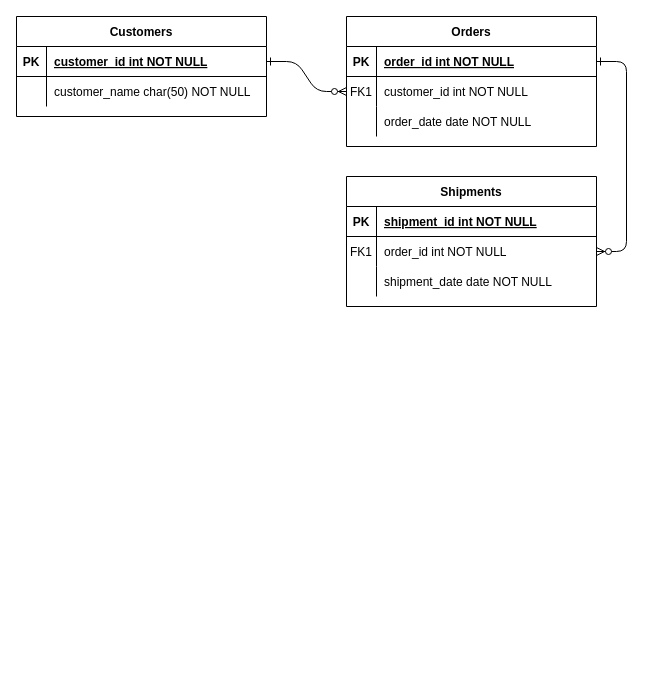
The draw.io diagram Untitled Diagram.drawio in primnewa0615/b17c3, before the edit. Source tidied: cells renumbered, new cells numbered last; positions are measured from the earlier drawing's top-left corner, leaving out a move shared by most shapes. Both pictures are drawn from the tidied source at 100%, with x=0, y=0 at pixel (16, 16).
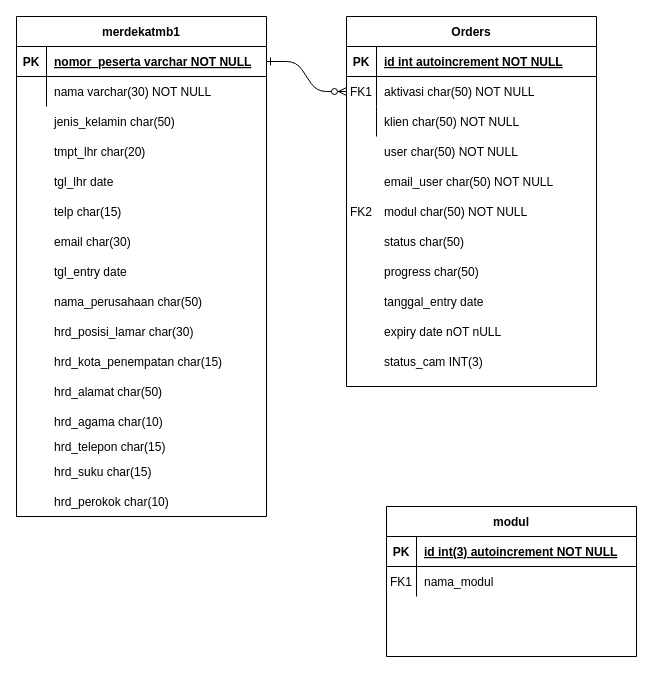
Above is the later version.

Unchanged cells that the change refers to:
```xml
<mxCell id="5" style="shape=partialRectangle;fillColor=none;points=[[0,0.5],[1,0.5]];portConstraint=eastwest;top=0;left=0;right=0;bottom=1;" parent="4" vertex="1">
  <mxGeometry y="30" width="250" height="30" as="geometry" />
</mxCell>
<mxCell id="8" style="shape=partialRectangle;fillColor=none;points=[[0,0.5],[1,0.5]];portConstraint=eastwest;top=0;left=0;right=0;bottom=0;" parent="4" vertex="1">
  <mxGeometry y="60" width="250" height="30" as="geometry" />
</mxCell>
<mxCell id="11" style="shape=partialRectangle;fillColor=none;top=0;left=0;right=0;bottom=0;" parent="4" vertex="1">
  <mxGeometry y="90" width="250" height="30" as="geometry" />
</mxCell>
<mxCell id="15" style="shape=partialRectangle;fillColor=none;top=0;left=0;right=0;bottom=1;" parent="14" vertex="1">
  <mxGeometry y="30" width="250" height="30" as="geometry" />
</mxCell>
<mxCell id="18" style="shape=partialRectangle;fillColor=none;points=[[0,0.5],[1,0.5]];portConstraint=eastwest;top=0;left=0;right=0;bottom=0;" parent="14" vertex="1">
  <mxGeometry y="60" width="250" height="30" as="geometry" />
</mxCell>
<mxCell id="25" style="shape=partialRectangle;fillColor=none;points=[[0,0.5],[1,0.5]];portConstraint=eastwest;top=0;left=0;right=0;bottom=1;" parent="24" vertex="1">
  <mxGeometry y="30" width="250" height="30" as="geometry" />
</mxCell>
<mxCell id="28" style="shape=partialRectangle;fillColor=none;top=0;left=0;right=0;bottom=0;" parent="24" vertex="1">
  <mxGeometry y="60" width="250" height="30" as="geometry" />
</mxCell>
```

What changed in the source:
```diff
@@
-    <mxCell id="3" style="edgeStyle=entityRelationEdgeStyle;endArrow=ERzeroToMany;startArrow=ERone;endFill=1;startFill=0;" parent="1" edge="1" source="5" target="18">
-      <mxGeometry relative="1" as="geometry" />
-    </mxCell>
     <mxCell id="4" value="Orders" style="shape=table;startSize=30;childLayout=tableLayout;rowLines=0;fontStyle=1;align=center;" parent="1" vertex="1">
-      <mxGeometry x="330" width="250" height="130" as="geometry" />
+      <mxGeometry x="330" width="250" height="370" as="geometry" />
     </mxCell>
@@
-    <mxCell id="7" value="order_id int NOT NULL " style="shape=partialRectangle;overflow=hidden;fillColor=none;top=0;left=0;bottom=0;right=0;align=left;spacingLeft=6;fontStyle=5;" parent="5" vertex="1">
+    <mxCell id="7" value="id int autoincrement NOT NULL" style="shape=partialRectangle;overflow=hidden;fillColor=none;top=0;left=0;bottom=0;right=0;align=left;spacingLeft=6;fontStyle=5;" parent="5" vertex="1">
       <mxGeometry x="30" width="220" height="30" as="geometry" />
     </mxCell>
@@
-    <mxCell id="10" value="customer_id int NOT NULL" style="shape=partialRectangle;overflow=hidden;fillColor=none;top=0;left=0;bottom=0;right=0;align=left;spacingLeft=6;" parent="8" vertex="1">
+    <mxCell id="10" value="aktivasi char(50) NOT NULL" style="shape=partialRectangle;overflow=hidden;fillColor=none;top=0;left=0;bottom=0;right=0;align=left;spacingLeft=6;" parent="8" vertex="1">
       <mxGeometry x="30" width="220" height="30" as="geometry" />
     </mxCell>
@@
-    <mxCell id="13" value="order_date date NOT NULL" style="shape=partialRectangle;overflow=hidden;fillColor=none;top=0;left=0;bottom=0;right=0;align=left;spacingLeft=6;" parent="11" vertex="1">
+    <mxCell id="13" value="klien char(50) NOT NULL" style="shape=partialRectangle;overflow=hidden;fillColor=none;top=0;left=0;bottom=0;right=0;align=left;spacingLeft=6;" parent="11" vertex="1">
       <mxGeometry x="30" width="220" height="30" as="geometry" />
     </mxCell>
-    <mxCell id="14" value="Shipments" style="shape=table;startSize=30;childLayout=tableLayout;rowLines=0;fontStyle=1;align=center;" parent="1" vertex="1">
-      <mxGeometry x="330" y="160" width="250" height="130" as="geometry" />
+    <mxCell id="14" value="modul" style="shape=table;startSize=30;childLayout=tableLayout;rowLines=0;fontStyle=1;align=center;" parent="1" vertex="1">
+      <mxGeometry x="370" y="490" width="250" height="150" as="geometry" />
     </mxCell>
@@
-    <mxCell id="17" value="shipment_id int NOT NULL " style="shape=partialRectangle;overflow=hidden;fillColor=none;top=0;left=0;bottom=0;right=0;align=left;spacingLeft=6;fontStyle=5;" parent="15" vertex="1">
+    <mxCell id="17" value="id int(3) autoincrement NOT NULL" style="shape=partialRectangle;overflow=hidden;fillColor=none;top=0;left=0;bottom=0;right=0;align=left;spacingLeft=6;fontStyle=5;" parent="15" vertex="1">
       <mxGeometry x="30" width="220" height="30" as="geometry" />
     </mxCell>
@@
-    <mxCell id="20" value="order_id int NOT NULL" style="shape=partialRectangle;overflow=hidden;fillColor=none;top=0;left=0;bottom=0;right=0;align=left;spacingLeft=6;" parent="18" vertex="1">
+    <mxCell id="20" value="nama_modul" style="shape=partialRectangle;overflow=hidden;fillColor=none;top=0;left=0;bottom=0;right=0;align=left;spacingLeft=6;" parent="18" vertex="1">
       <mxGeometry x="30" width="220" height="30" as="geometry" />
     </mxCell>
-    <mxCell id="21" style="shape=partialRectangle;fillColor=none;top=0;left=0;right=0;bottom=0;" parent="14" vertex="1">
-      <mxGeometry y="90" width="250" height="30" as="geometry" />
-    </mxCell>
-    <mxCell id="22" style="shape=partialRectangle;overflow=hidden;fillColor=none;top=0;left=0;bottom=0;right=0;" parent="21" vertex="1">
-      <mxGeometry width="30" height="30" as="geometry" />
-    </mxCell>
-    <mxCell id="23" value="shipment_date date NOT NULL" style="shape=partialRectangle;overflow=hidden;fillColor=none;top=0;left=0;bottom=0;right=0;align=left;spacingLeft=6;" parent="21" vertex="1">
-      <mxGeometry x="30" width="220" height="30" as="geometry" />
-    </mxCell>
-    <mxCell id="24" value="Customers" style="shape=table;startSize=30;childLayout=tableLayout;rowLines=0;fontStyle=1;align=center;" parent="1" vertex="1">
-      <mxGeometry width="250" height="100" as="geometry" />
+    <mxCell id="24" value="merdekatmb1" style="shape=table;startSize=30;childLayout=tableLayout;rowLines=0;fontStyle=1;align=center;" parent="1" vertex="1">
+      <mxGeometry width="250" height="500" as="geometry" />
     </mxCell>
@@
-    <mxCell id="27" value="customer_id int NOT NULL " style="shape=partialRectangle;overflow=hidden;fillColor=none;top=0;left=0;bottom=0;right=0;align=left;spacingLeft=6;fontStyle=5;" parent="25" vertex="1">
+    <mxCell id="27" value="nomor_peserta varchar NOT NULL" style="shape=partialRectangle;overflow=hidden;fillColor=none;top=0;left=0;bottom=0;right=0;align=left;spacingLeft=6;fontStyle=5;" parent="25" vertex="1">
       <mxGeometry x="30" width="220" height="30" as="geometry" />
     </mxCell>
@@
-    <mxCell id="30" value="customer_name char(50) NOT NULL" style="shape=partialRectangle;overflow=hidden;fillColor=none;top=0;left=0;bottom=0;right=0;align=left;spacingLeft=6;" parent="28" vertex="1">
+    <mxCell id="30" value="nama varchar(30) NOT NULL" style="shape=partialRectangle;overflow=hidden;fillColor=none;top=0;left=0;bottom=0;right=0;align=left;spacingLeft=6;" parent="28" vertex="1">
       <mxGeometry x="30" width="220" height="30" as="geometry" />
     </mxCell>
+    <mxCell id="31" style="shape=partialRectangle;fillColor=none;top=0;left=0;right=0;bottom=0;" parent="1" vertex="1">
+      <mxGeometry y="90" width="250" height="30" as="geometry" />
+    </mxCell>
+    <mxCell id="32" style="shape=partialRectangle;overflow=hidden;fillColor=none;top=0;left=0;bottom=0;right=0;" parent="31" vertex="1">
+      <mxGeometry width="30" height="30" as="geometry" />
+    </mxCell>
+    <mxCell id="33" value="jenis_kelamin char(50) " style="shape=partialRectangle;overflow=hidden;fillColor=none;top=0;left=0;bottom=0;right=0;align=left;spacingLeft=6;" parent="31" vertex="1">
+      <mxGeometry x="30" width="220" height="30" as="geometry" />
+    </mxCell>
+    <mxCell id="34" style="shape=partialRectangle;fillColor=none;top=0;left=0;right=0;bottom=0;" parent="1" vertex="1">
+      <mxGeometry y="120" width="250" height="30" as="geometry" />
+    </mxCell>
+    <mxCell id="35" style="shape=partialRectangle;overflow=hidden;fillColor=none;top=0;left=0;bottom=0;right=0;" parent="34" vertex="1">
+      <mxGeometry width="30" height="30" as="geometry" />
+    </mxCell>
+    <mxCell id="36" value="tmpt_lhr char(20) " style="shape=partialRectangle;overflow=hidden;fillColor=none;top=0;left=0;bottom=0;right=0;align=left;spacingLeft=6;" parent="34" vertex="1">
+      <mxGeometry x="30" width="220" height="30" as="geometry" />
+    </mxCell>
+    <mxCell id="37" style="shape=partialRectangle;fillColor=none;top=0;left=0;right=0;bottom=0;" parent="1" vertex="1">
+      <mxGeometry y="150" width="250" height="30" as="geometry" />
+    </mxCell>
+    <mxCell id="38" style="shape=partialRectangle;overflow=hidden;fillColor=none;top=0;left=0;bottom=0;right=0;" parent="37" vertex="1">
+      <mxGeometry width="30" height="30" as="geometry" />
+    </mxCell>
+    <mxCell id="39" value="tgl_lhr date " style="shape=partialRectangle;overflow=hidden;fillColor=none;top=0;left=0;bottom=0;right=0;align=left;spacingLeft=6;" parent="37" vertex="1">
+      <mxGeometry x="30" width="220" height="30" as="geometry" />
+    </mxCell>
+    <mxCell id="40" style="shape=partialRectangle;fillColor=none;top=0;left=0;right=0;bottom=0;" parent="1" vertex="1">
+      <mxGeometry y="180" width="250" height="30" as="geometry" />
+    </mxCell>
+    <mxCell id="41" style="shape=partialRectangle;overflow=hidden;fillColor=none;top=0;left=0;bottom=0;right=0;" parent="40" vertex="1">
+      <mxGeometry width="30" height="30" as="geometry" />
+    </mxCell>
+    <mxCell id="42" value="telp char(15) " style="shape=partialRectangle;overflow=hidden;fillColor=none;top=0;left=0;bottom=0;right=0;align=left;spacingLeft=6;" parent="40" vertex="1">
+      <mxGeometry x="30" width="220" height="30" as="geometry" />
+    </mxCell>
+    <mxCell id="43" style="shape=partialRectangle;fillColor=none;top=0;left=0;right=0;bottom=0;" parent="1" vertex="1">
+      <mxGeometry y="210" width="250" height="30" as="geometry" />
+    </mxCell>
+    <mxCell id="44" style="shape=partialRectangle;overflow=hidden;fillColor=none;top=0;left=0;bottom=0;right=0;" parent="43" vertex="1">
+      <mxGeometry width="30" height="30" as="geometry" />
+    </mxCell>
+    <mxCell id="45" value="email char(30) " style="shape=partialRectangle;overflow=hidden;fillColor=none;top=0;left=0;bottom=0;right=0;align=left;spacingLeft=6;" parent="43" vertex="1">
+      <mxGeometry x="30" width="220" height="30" as="geometry" />
+    </mxCell>
+    <mxCell id="46" style="shape=partialRectangle;fillColor=none;top=0;left=0;right=0;bottom=0;" parent="1" vertex="1">
+      <mxGeometry y="240" width="250" height="30" as="geometry" />
+    </mxCell>
+    <mxCell id="47" style="shape=partialRectangle;overflow=hidden;fillColor=none;top=0;left=0;bottom=0;right=0;" parent="46" vertex="1">
+      <mxGeometry width="30" height="30" as="geometry" />
+    </mxCell>
+    <mxCell id="48" value="tgl_entry date " style="shape=partialRectangle;overflow=hidden;fillColor=none;top=0;left=0;bottom=0;right=0;align=left;spacingLeft=6;" parent="46" vertex="1">
+      <mxGeometry x="30" width="220" height="30" as="geometry" />
+    </mxCell>
+    <mxCell id="49" style="shape=partialRectangle;fillColor=none;top=0;left=0;right=0;bottom=0;" parent="1" vertex="1">
+      <mxGeometry y="270" width="250" height="30" as="geometry" />
+    </mxCell>
+    <mxCell id="50" style="shape=partialRectangle;overflow=hidden;fillColor=none;top=0;left=0;bottom=0;right=0;" parent="49" vertex="1">
+      <mxGeometry width="30" height="30" as="geometry" />
+    </mxCell>
+    <mxCell id="51" value="nama_perusahaan char(50)" style="shape=partialRectangle;overflow=hidden;fillColor=none;top=0;left=0;bottom=0;right=0;align=left;spacingLeft=6;" parent="49" vertex="1">
+      <mxGeometry x="30" width="220" height="30" as="geometry" />
+    </mxCell>
+    <mxCell id="52" style="shape=partialRectangle;fillColor=none;top=0;left=0;right=0;bottom=0;" parent="1" vertex="1">
+      <mxGeometry y="300" width="250" height="30" as="geometry" />
+    </mxCell>
+    <mxCell id="53" style="shape=partialRectangle;overflow=hidden;fillColor=none;top=0;left=0;bottom=0;right=0;" parent="52" vertex="1">
+      <mxGeometry width="30" height="30" as="geometry" />
+    </mxCell>
+    <mxCell id="54" value="hrd_posisi_lamar char(30)" style="shape=partialRectangle;overflow=hidden;fillColor=none;top=0;left=0;bottom=0;right=0;align=left;spacingLeft=6;" parent="52" vertex="1">
+      <mxGeometry x="30" width="220" height="30" as="geometry" />
+    </mxCell>
+    <mxCell id="55" style="shape=partialRectangle;fillColor=none;top=0;left=0;right=0;bottom=0;" parent="1" vertex="1">
+      <mxGeometry y="330" width="250" height="30" as="geometry" />
+    </mxCell>
+    <mxCell id="56" style="shape=partialRectangle;overflow=hidden;fillColor=none;top=0;left=0;bottom=0;right=0;" parent="55" vertex="1">
+      <mxGeometry width="30" height="30" as="geometry" />
+    </mxCell>
+    <mxCell id="57" value="hrd_kota_penempatan char(15)" style="shape=partialRectangle;overflow=hidden;fillColor=none;top=0;left=0;bottom=0;right=0;align=left;spacingLeft=6;" parent="55" vertex="1">
+      <mxGeometry x="30" width="220" height="30" as="geometry" />
+    </mxCell>
+    <mxCell id="58" style="shape=partialRectangle;fillColor=none;top=0;left=0;right=0;bottom=0;" parent="1" vertex="1">
+      <mxGeometry y="360" width="250" height="30" as="geometry" />
+    </mxCell>
+    <mxCell id="59" style="shape=partialRectangle;overflow=hidden;fillColor=none;top=0;left=0;bottom=0;right=0;" parent="58" vertex="1">
+      <mxGeometry width="30" height="30" as="geometry" />
+    </mxCell>
+    <mxCell id="60" value="hrd_alamat char(50)" style="shape=partialRectangle;overflow=hidden;fillColor=none;top=0;left=0;bottom=0;right=0;align=left;spacingLeft=6;" parent="58" vertex="1">
+      <mxGeometry x="30" width="220" height="30" as="geometry" />
+    </mxCell>
+    <mxCell id="61" style="shape=partialRectangle;fillColor=none;top=0;left=0;right=0;bottom=0;" parent="1" vertex="1">
+      <mxGeometry y="390" width="250" height="30" as="geometry" />
+    </mxCell>
+    <mxCell id="62" style="shape=partialRectangle;overflow=hidden;fillColor=none;top=0;left=0;bottom=0;right=0;" parent="61" vertex="1">
+      <mxGeometry width="30" height="30" as="geometry" />
+    </mxCell>
+    <mxCell id="63" value="hrd_agama char(10)" style="shape=partialRectangle;overflow=hidden;fillColor=none;top=0;left=0;bottom=0;right=0;align=left;spacingLeft=6;" parent="61" vertex="1">
+      <mxGeometry x="30" width="220" height="30" as="geometry" />
+    </mxCell>
+    <mxCell id="64" style="shape=partialRectangle;fillColor=none;top=0;left=0;right=0;bottom=0;" parent="1" vertex="1">
+      <mxGeometry y="415" width="250" height="30" as="geometry" />
+    </mxCell>
+    <mxCell id="65" style="shape=partialRectangle;overflow=hidden;fillColor=none;top=0;left=0;bottom=0;right=0;" parent="64" vertex="1">
+      <mxGeometry width="30" height="30" as="geometry" />
+    </mxCell>
+    <mxCell id="66" value="hrd_telepon char(15)" style="shape=partialRectangle;overflow=hidden;fillColor=none;top=0;left=0;bottom=0;right=0;align=left;spacingLeft=6;" parent="64" vertex="1">
+      <mxGeometry x="30" width="220" height="30" as="geometry" />
+    </mxCell>
+    <mxCell id="67" style="shape=partialRectangle;fillColor=none;top=0;left=0;right=0;bottom=0;" parent="1" vertex="1">
+      <mxGeometry y="440" width="250" height="30" as="geometry" />
+    </mxCell>
+    <mxCell id="68" style="shape=partialRectangle;overflow=hidden;fillColor=none;top=0;left=0;bottom=0;right=0;" parent="67" vertex="1">
+      <mxGeometry width="30" height="30" as="geometry" />
+    </mxCell>
+    <mxCell id="69" value="hrd_suku char(15)" style="shape=partialRectangle;overflow=hidden;fillColor=none;top=0;left=0;bottom=0;right=0;align=left;spacingLeft=6;" parent="67" vertex="1">
+      <mxGeometry x="30" width="220" height="30" as="geometry" />
+    </mxCell>
+    <mxCell id="70" style="shape=partialRectangle;fillColor=none;top=0;left=0;right=0;bottom=0;" parent="1" vertex="1">
+      <mxGeometry y="470" width="250" height="30" as="geometry" />
+    </mxCell>
+    <mxCell id="71" style="shape=partialRectangle;overflow=hidden;fillColor=none;top=0;left=0;bottom=0;right=0;" parent="70" vertex="1">
+      <mxGeometry width="30" height="30" as="geometry" />
+    </mxCell>
+    <mxCell id="72" value="hrd_perokok char(10)" style="shape=partialRectangle;overflow=hidden;fillColor=none;top=0;left=0;bottom=0;right=0;align=left;spacingLeft=6;" parent="70" vertex="1">
+      <mxGeometry x="30" width="220" height="30" as="geometry" />
+    </mxCell>
+    <mxCell id="73" style="shape=partialRectangle;fillColor=none;top=0;left=0;right=0;bottom=0;" parent="1" vertex="1">
+      <mxGeometry x="330" y="120" width="250" height="30" as="geometry" />
+    </mxCell>
+    <mxCell id="74" style="shape=partialRectangle;overflow=hidden;fillColor=none;top=0;left=0;bottom=0;right=0;" parent="73" vertex="1">
+      <mxGeometry width="30" height="30" as="geometry" />
+    </mxCell>
+    <mxCell id="75" value="user char(50) NOT NULL" style="shape=partialRectangle;overflow=hidden;fillColor=none;top=0;left=0;bottom=0;right=0;align=left;spacingLeft=6;" parent="73" vertex="1">
+      <mxGeometry x="30" width="220" height="30" as="geometry" />
+    </mxCell>
+    <mxCell id="76" style="shape=partialRectangle;fillColor=none;top=0;left=0;right=0;bottom=0;" parent="1" vertex="1">
+      <mxGeometry x="330" y="150" width="250" height="30" as="geometry" />
+    </mxCell>
+    <mxCell id="77" style="shape=partialRectangle;overflow=hidden;fillColor=none;top=0;left=0;bottom=0;right=0;" parent="76" vertex="1">
+      <mxGeometry width="30" height="30" as="geometry" />
+    </mxCell>
+    <mxCell id="78" value="email_user char(50) NOT NULL" style="shape=partialRectangle;overflow=hidden;fillColor=none;top=0;left=0;bottom=0;right=0;align=left;spacingLeft=6;" parent="76" vertex="1">
+      <mxGeometry x="30" width="220" height="30" as="geometry" />
+    </mxCell>
+    <mxCell id="79" style="shape=partialRectangle;fillColor=none;top=0;left=0;right=0;bottom=0;" parent="1" vertex="1">
+      <mxGeometry x="330" y="180" width="250" height="30" as="geometry" />
+    </mxCell>
+    <mxCell id="80" value="FK2" style="shape=partialRectangle;overflow=hidden;fillColor=none;top=0;left=0;bottom=0;right=0;" parent="79" vertex="1">
+      <mxGeometry width="30" height="30" as="geometry" />
+    </mxCell>
+    <mxCell id="81" value="modul char(50) NOT NULL" style="shape=partialRectangle;overflow=hidden;fillColor=none;top=0;left=0;bottom=0;right=0;align=left;spacingLeft=6;" parent="79" vertex="1">
+      <mxGeometry x="30" width="220" height="30" as="geometry" />
+    </mxCell>
+    <mxCell id="82" style="shape=partialRectangle;fillColor=none;top=0;left=0;right=0;bottom=0;" parent="1" vertex="1">
+      <mxGeometry x="330" y="210" width="250" height="30" as="geometry" />
+    </mxCell>
+    <mxCell id="83" style="shape=partialRectangle;overflow=hidden;fillColor=none;top=0;left=0;bottom=0;right=0;" parent="82" vertex="1">
+      <mxGeometry width="30" height="30" as="geometry" />
+    </mxCell>
+    <mxCell id="84" value="status char(50)" style="shape=partialRectangle;overflow=hidden;fillColor=none;top=0;left=0;bottom=0;right=0;align=left;spacingLeft=6;" parent="82" vertex="1">
+      <mxGeometry x="30" width="220" height="30" as="geometry" />
+    </mxCell>
+    <mxCell id="85" style="shape=partialRectangle;fillColor=none;top=0;left=0;right=0;bottom=0;" parent="1" vertex="1">
+      <mxGeometry x="330" y="240" width="250" height="30" as="geometry" />
+    </mxCell>
+    <mxCell id="86" style="shape=partialRectangle;overflow=hidden;fillColor=none;top=0;left=0;bottom=0;right=0;" parent="85" vertex="1">
+      <mxGeometry width="30" height="30" as="geometry" />
+    </mxCell>
+    <mxCell id="87" value="progress char(50) " style="shape=partialRectangle;overflow=hidden;fillColor=none;top=0;left=0;bottom=0;right=0;align=left;spacingLeft=6;" parent="85" vertex="1">
+      <mxGeometry x="30" width="220" height="30" as="geometry" />
+    </mxCell>
+    <mxCell id="88" style="shape=partialRectangle;fillColor=none;top=0;left=0;right=0;bottom=0;" parent="1" vertex="1">
+      <mxGeometry x="330" y="270" width="250" height="30" as="geometry" />
+    </mxCell>
+    <mxCell id="89" style="shape=partialRectangle;overflow=hidden;fillColor=none;top=0;left=0;bottom=0;right=0;" parent="88" vertex="1">
+      <mxGeometry width="30" height="30" as="geometry" />
+    </mxCell>
+    <mxCell id="90" value="tanggal_entry date" style="shape=partialRectangle;overflow=hidden;fillColor=none;top=0;left=0;bottom=0;right=0;align=left;spacingLeft=6;" parent="88" vertex="1">
+      <mxGeometry x="30" width="220" height="30" as="geometry" />
+    </mxCell>
+    <mxCell id="91" style="shape=partialRectangle;fillColor=none;top=0;left=0;right=0;bottom=0;" parent="1" vertex="1">
+      <mxGeometry x="330" y="300" width="250" height="30" as="geometry" />
+    </mxCell>
+    <mxCell id="92" style="shape=partialRectangle;overflow=hidden;fillColor=none;top=0;left=0;bottom=0;right=0;" parent="91" vertex="1">
+      <mxGeometry width="30" height="30" as="geometry" />
+    </mxCell>
+    <mxCell id="93" value="expiry date nOT nULL" style="shape=partialRectangle;overflow=hidden;fillColor=none;top=0;left=0;bottom=0;right=0;align=left;spacingLeft=6;" parent="91" vertex="1">
+      <mxGeometry x="30" width="220" height="30" as="geometry" />
+    </mxCell>
+    <mxCell id="94" style="shape=partialRectangle;fillColor=none;top=0;left=0;right=0;bottom=0;" parent="1" vertex="1">
+      <mxGeometry x="330" y="330" width="250" height="30" as="geometry" />
+    </mxCell>
+    <mxCell id="95" style="shape=partialRectangle;overflow=hidden;fillColor=none;top=0;left=0;bottom=0;right=0;" parent="94" vertex="1">
+      <mxGeometry width="30" height="30" as="geometry" />
+    </mxCell>
+    <mxCell id="96" value="status_cam INT(3) " style="shape=partialRectangle;overflow=hidden;fillColor=none;top=0;left=0;bottom=0;right=0;align=left;spacingLeft=6;" parent="94" vertex="1">
+      <mxGeometry x="30" width="220" height="30" as="geometry" />
+    </mxCell>
```
